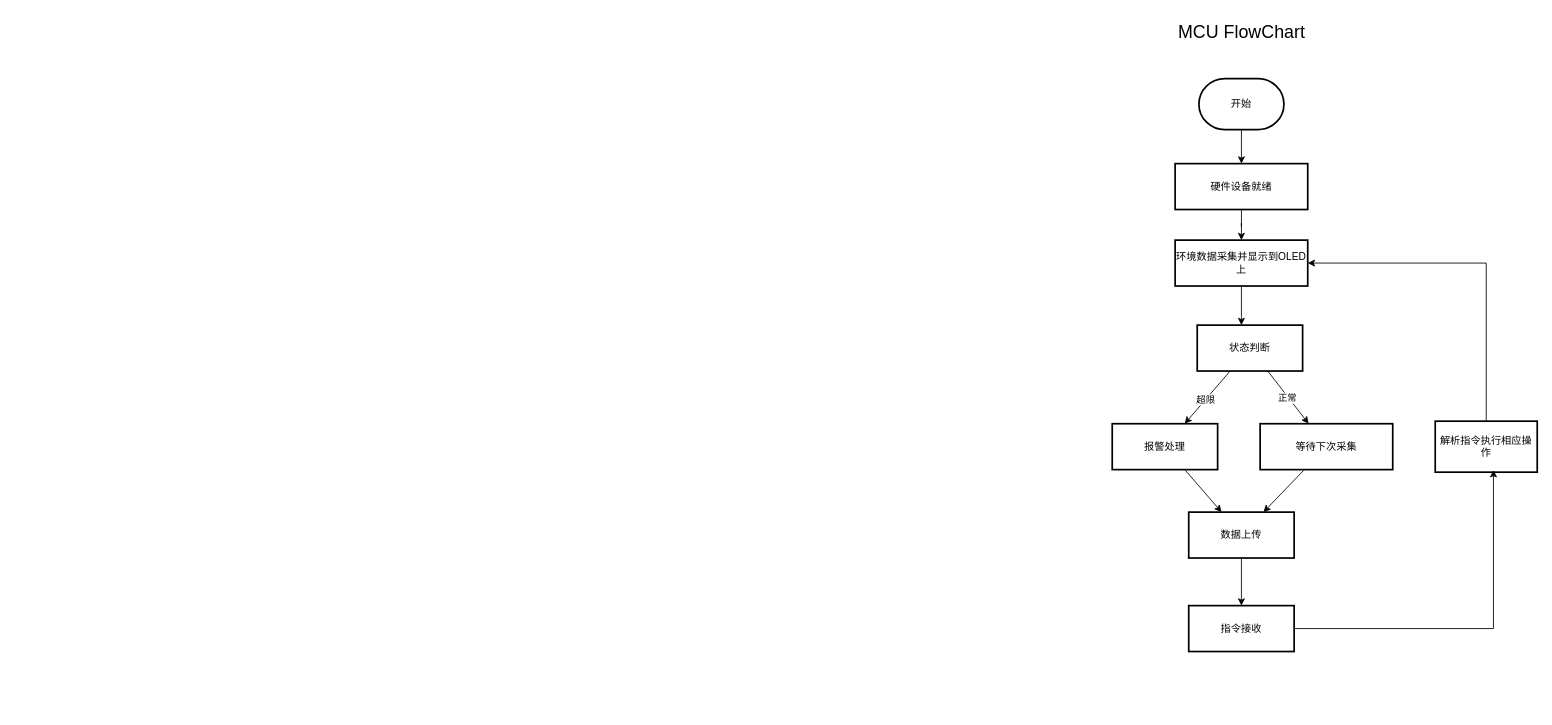
The draw.io diagram 01_Function_Map/MineSafe.drawio in Lee-Txwg/Miner_Helmet, before the edit. Source tidied: cells renumbered, new cells numbered last; positions are measured from the earlier drawing's top-left corner, leaving out a move shared by most shapes. Both pictures are drawn from the tidied source at 85%, with x=0, y=0 at pixel (1112, 14).
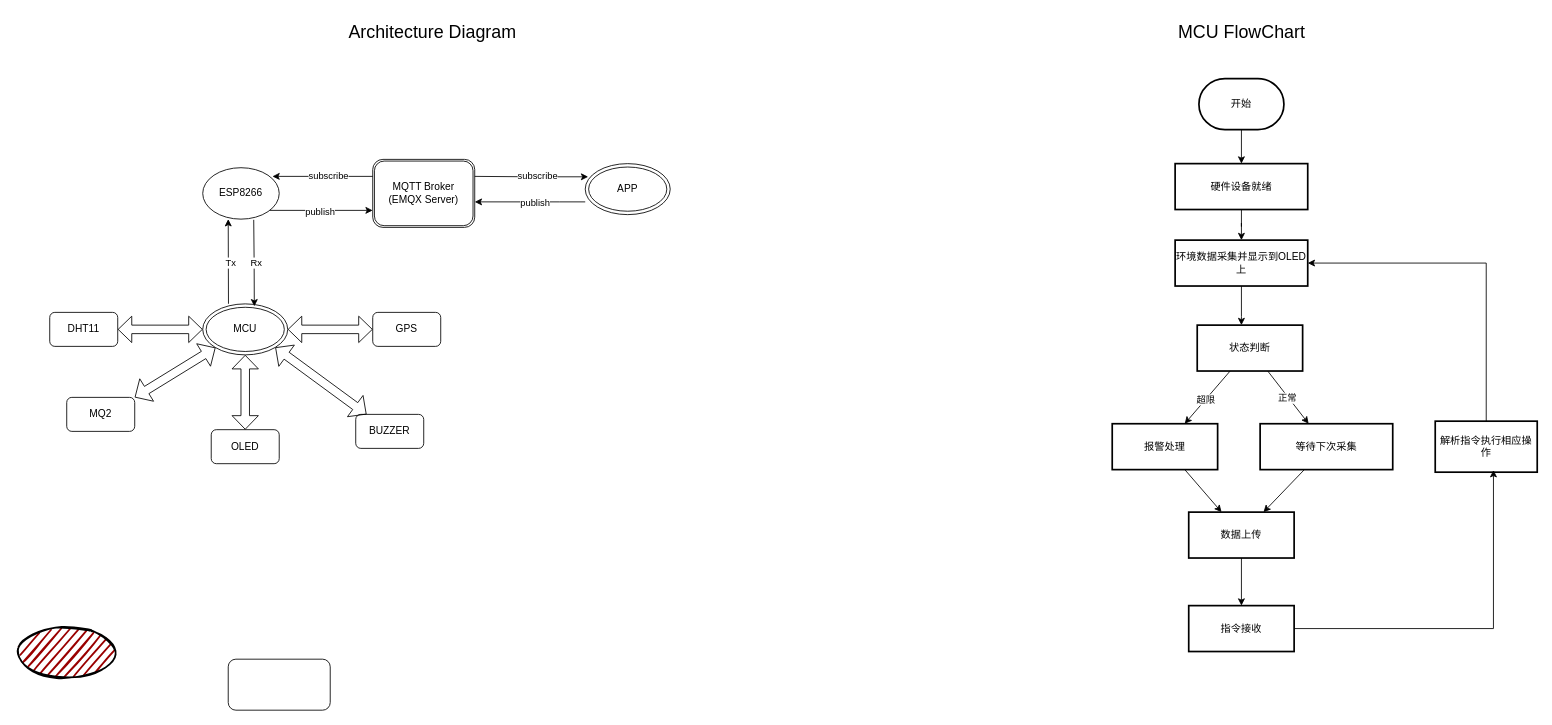
After the change.

The edit, as a diff of the source:
```diff
@@
+    <mxCell id="24" value="&lt;font style=&quot;font-size: 21px;&quot;&gt;Architecture Diagram&lt;/font&gt;" style="text;html=1;align=center;verticalAlign=middle;strokeColor=none;fillColor=none;strokeWidth=5;" parent="1" vertex="1">
+      <mxGeometry x="-910" width="220" height="40" as="geometry" />
+    </mxCell>
+    <mxCell id="25" style="rounded=1;whiteSpace=wrap;html=1;" parent="1" vertex="1">
+      <mxGeometry x="-1040" y="758" width="120" height="60" as="geometry" />
+    </mxCell>
+    <mxCell id="26" style="edgeStyle=orthogonalEdgeStyle;rounded=0;orthogonalLoop=1;jettySize=auto;html=1;" parent="1" edge="1">
+      <mxGeometry relative="1" as="geometry">
+        <mxPoint x="-868" y="190" as="sourcePoint" />
+        <mxPoint x="-988" y="190" as="targetPoint" />
+        <Array as="points">
+          <mxPoint x="-898" y="190" />
+          <mxPoint x="-898" y="190" />
+        </Array>
+      </mxGeometry>
+    </mxCell>
+    <mxCell id="27" value="&lt;h2 style=&quot;border: 0px; border-collapse: collapse; border-spacing: 0px; list-style: none; margin: 0px; padding: 0px; font-variant-numeric: normal; font-variant-east-asian: normal; font-variant-alternates: normal; font-size-adjust: none; font-kerning: auto; font-optical-sizing: auto; font-feature-settings: normal; font-variation-settings: normal; font-variant-position: normal; font-variant-emoji: normal; font-weight: 400; font-stretch: normal; line-height: 48px; font-family: Arial, Helvetica, sans-serif; overflow-wrap: break-word; color: rgb(17, 17, 17); text-align: left; text-wrap-mode: wrap;&quot; class=&quot;b_focusTextMedium&quot;&gt;&lt;br&gt;&lt;/h2&gt;" style="edgeLabel;html=1;align=center;verticalAlign=middle;" parent="26" vertex="1">
+      <mxGeometry x="-0.03" y="-3" relative="1" as="geometry" />
+    </mxCell>
+    <mxCell id="28" value="subscribe" style="edgeLabel;html=1;align=center;verticalAlign=middle;" parent="26" vertex="1">
+      <mxGeometry x="-0.08" y="-1" relative="1" as="geometry" />
+    </mxCell>
+    <mxCell id="29" value="MQTT Broker&lt;div&gt;&amp;nbsp;(EMQX Server)&amp;nbsp;&lt;/div&gt;" style="shape=ext;double=1;rounded=1;whiteSpace=wrap;html=1;" parent="1" vertex="1">
+      <mxGeometry x="-870" y="170" width="120" height="80" as="geometry" />
+    </mxCell>
+    <mxCell id="30" value="MCU" style="ellipse;shape=doubleEllipse;whiteSpace=wrap;html=1;" parent="1" vertex="1">
+      <mxGeometry x="-1070" y="340" width="100" height="60" as="geometry" />
+    </mxCell>
+    <mxCell id="31" style="ellipse;whiteSpace=wrap;html=1;strokeWidth=2;fillWeight=2;hachureGap=8;fillColor=#990000;fillStyle=dots;sketch=1;" parent="1" vertex="1">
+      <mxGeometry x="-1290" y="720" width="120" height="60" as="geometry" />
+    </mxCell>
+    <mxCell id="32" value="APP" style="ellipse;shape=doubleEllipse;whiteSpace=wrap;html=1;" parent="1" vertex="1">
+      <mxGeometry x="-620" y="175" width="100" height="60" as="geometry" />
+    </mxCell>
+    <mxCell id="33" style="edgeStyle=orthogonalEdgeStyle;rounded=0;jettySize=auto;html=1;" parent="1" edge="1" source="35" target="29">
+      <mxGeometry relative="1" as="geometry">
+        <Array as="points">
+          <mxPoint x="-930" y="230" />
+          <mxPoint x="-930" y="230" />
+        </Array>
+      </mxGeometry>
+    </mxCell>
+    <mxCell id="34" value="publish" style="edgeLabel;html=1;align=center;verticalAlign=middle;" parent="33" vertex="1">
+      <mxGeometry x="-0.03" y="-1" relative="1" as="geometry" />
+    </mxCell>
+    <mxCell id="35" value="ESP8266" style="ellipse;whiteSpace=wrap;html=1;" parent="1" vertex="1">
+      <mxGeometry x="-1070" y="179.8" width="90" height="60.5" as="geometry" />
+    </mxCell>
+    <mxCell id="36" style="endArrow=classic;html=1;rounded=0;exitX=0.4;exitY=0;exitDx=0;exitDy=0;exitPerimeter=0;entryX=0.33;entryY=1.001;entryDx=0;entryDy=0;entryPerimeter=0;" parent="1" edge="1">
+      <mxGeometry relative="1" as="geometry">
+        <mxPoint x="-1039.7" y="339.9" as="sourcePoint" />
+        <mxPoint x="-1040" y="240.3" as="targetPoint" />
+      </mxGeometry>
+    </mxCell>
+    <mxCell id="37" value="Tx" style="edgeLabel;html=1;align=center;verticalAlign=middle;" parent="36" vertex="1">
+      <mxGeometry x="-0.03" y="-2" relative="1" as="geometry" />
+    </mxCell>
+    <mxCell id="38" style="edgeStyle=orthogonalEdgeStyle;rounded=0;orthogonalLoop=1;jettySize=auto;html=1;entryX=0.035;entryY=0.592;entryDx=0;entryDy=0;entryPerimeter=0;" parent="1" edge="1">
+      <mxGeometry relative="1" as="geometry">
+        <mxPoint x="-750" y="190" as="sourcePoint" />
+        <mxPoint x="-616.5" y="190.5" as="targetPoint" />
+      </mxGeometry>
+    </mxCell>
+    <mxCell id="39" value="subscribe" style="edgeLabel;html=1;align=center;verticalAlign=middle;" parent="38" vertex="1">
+      <mxGeometry x="0.1" y="2" relative="1" as="geometry" />
+    </mxCell>
+    <mxCell id="40" style="edgeStyle=orthogonalEdgeStyle;rounded=0;orthogonalLoop=1;jettySize=auto;html=1;entryX=1;entryY=0.438;entryDx=0;entryDy=0;entryPerimeter=0;" parent="1" edge="1">
+      <mxGeometry relative="1" as="geometry">
+        <mxPoint x="-620" y="220" as="sourcePoint" />
+        <mxPoint x="-750" y="220" as="targetPoint" />
+        <Array as="points">
+          <mxPoint x="-650" y="220" />
+          <mxPoint x="-650" y="220" />
+        </Array>
+      </mxGeometry>
+    </mxCell>
+    <mxCell id="41" value="publish" style="edgeLabel;html=1;align=center;verticalAlign=middle;" parent="40" vertex="1">
+      <mxGeometry x="-0.22" y="-1" relative="1" as="geometry">
+        <mxPoint x="-9" y="1" as="offset" />
+      </mxGeometry>
+    </mxCell>
+    <mxCell id="42" style="edgeStyle=orthogonalEdgeStyle;rounded=0;orthogonalLoop=1;jettySize=auto;html=1;entryX=0.457;entryY=0.034;entryDx=0;entryDy=0;entryPerimeter=0;" parent="1" edge="1">
+      <mxGeometry relative="1" as="geometry">
+        <mxPoint x="-1010" y="241.1" as="sourcePoint" />
+        <mxPoint x="-1009.3" y="342.9" as="targetPoint" />
+      </mxGeometry>
+    </mxCell>
+    <mxCell id="43" value="Rx" style="edgeLabel;html=1;align=center;verticalAlign=middle;" parent="42" vertex="1">
+      <mxGeometry x="-0.03" y="2" relative="1" as="geometry" />
+    </mxCell>
+    <mxCell id="44" value="MQ2" style="rounded=1;whiteSpace=wrap;html=1;" parent="1" vertex="1">
+      <mxGeometry x="-1230" y="450" width="80" height="40" as="geometry" />
+    </mxCell>
+    <mxCell id="45" value="DHT11" style="rounded=1;whiteSpace=wrap;html=1;" parent="1" vertex="1">
+      <mxGeometry x="-1250" y="350" width="80" height="40" as="geometry" />
+    </mxCell>
+    <mxCell id="46" value="GPS" style="rounded=1;whiteSpace=wrap;html=1;" parent="1" vertex="1">
+      <mxGeometry x="-870" y="350" width="80" height="40" as="geometry" />
+    </mxCell>
+    <mxCell id="47" value="BUZZER" style="rounded=1;whiteSpace=wrap;html=1;" parent="1" vertex="1">
+      <mxGeometry x="-890" y="470" width="80" height="40" as="geometry" />
+    </mxCell>
+    <mxCell id="48" value="OLED" style="rounded=1;whiteSpace=wrap;html=1;" parent="1" vertex="1">
+      <mxGeometry x="-1060" y="488" width="80" height="40" as="geometry" />
+    </mxCell>
+    <mxCell id="49" style="shape=flexArrow;endArrow=classic;startArrow=classic;html=1;rounded=0;endSize=5;startSize=5;" parent="1" edge="1" source="45" target="30">
+      <mxGeometry relative="1" as="geometry" />
+    </mxCell>
+    <mxCell id="50" style="shape=flexArrow;endArrow=classic;startArrow=classic;html=1;rounded=0;exitX=1;exitY=0;exitDx=0;exitDy=0;startSize=5;endSize=5;" parent="1" edge="1" source="44" target="30">
+      <mxGeometry relative="1" as="geometry" />
+    </mxCell>
+    <mxCell id="51" style="shape=flexArrow;endArrow=classic;startArrow=classic;html=1;rounded=0;startSize=5;endSize=5;" parent="1" edge="1" source="48" target="30">
+      <mxGeometry relative="1" as="geometry" />
+    </mxCell>
+    <mxCell id="52" style="shape=flexArrow;endArrow=classic;startArrow=classic;html=1;rounded=0;startSize=5;endSize=5;entryX=1;entryY=1;entryDx=0;entryDy=0;" parent="1" edge="1" source="47" target="30">
+      <mxGeometry relative="1" as="geometry" />
+    </mxCell>
+    <mxCell id="53" style="shape=flexArrow;endArrow=classic;startArrow=classic;html=1;rounded=0;startSize=5;endSize=5;" parent="1" edge="1" source="46" target="30">
+      <mxGeometry relative="1" as="geometry" />
+    </mxCell>
```
